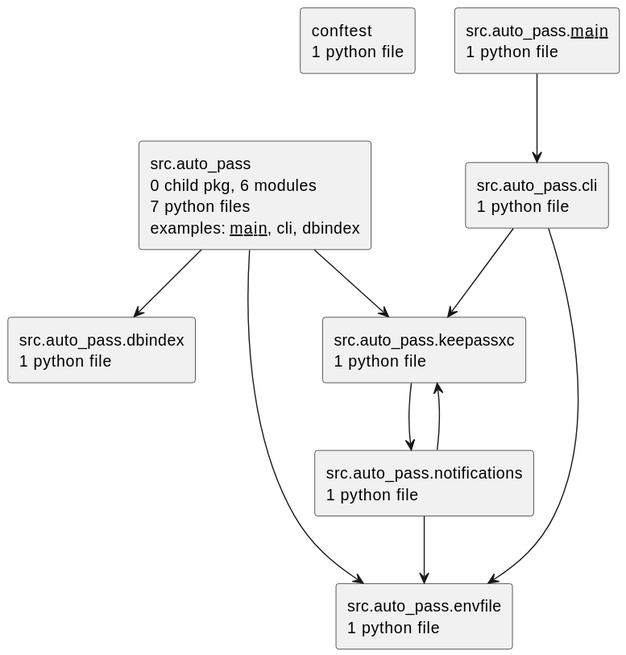
The PlantUML diagram docs/diagrams/python-packages.puml.svg in casonk/auto-pass, before a commit.
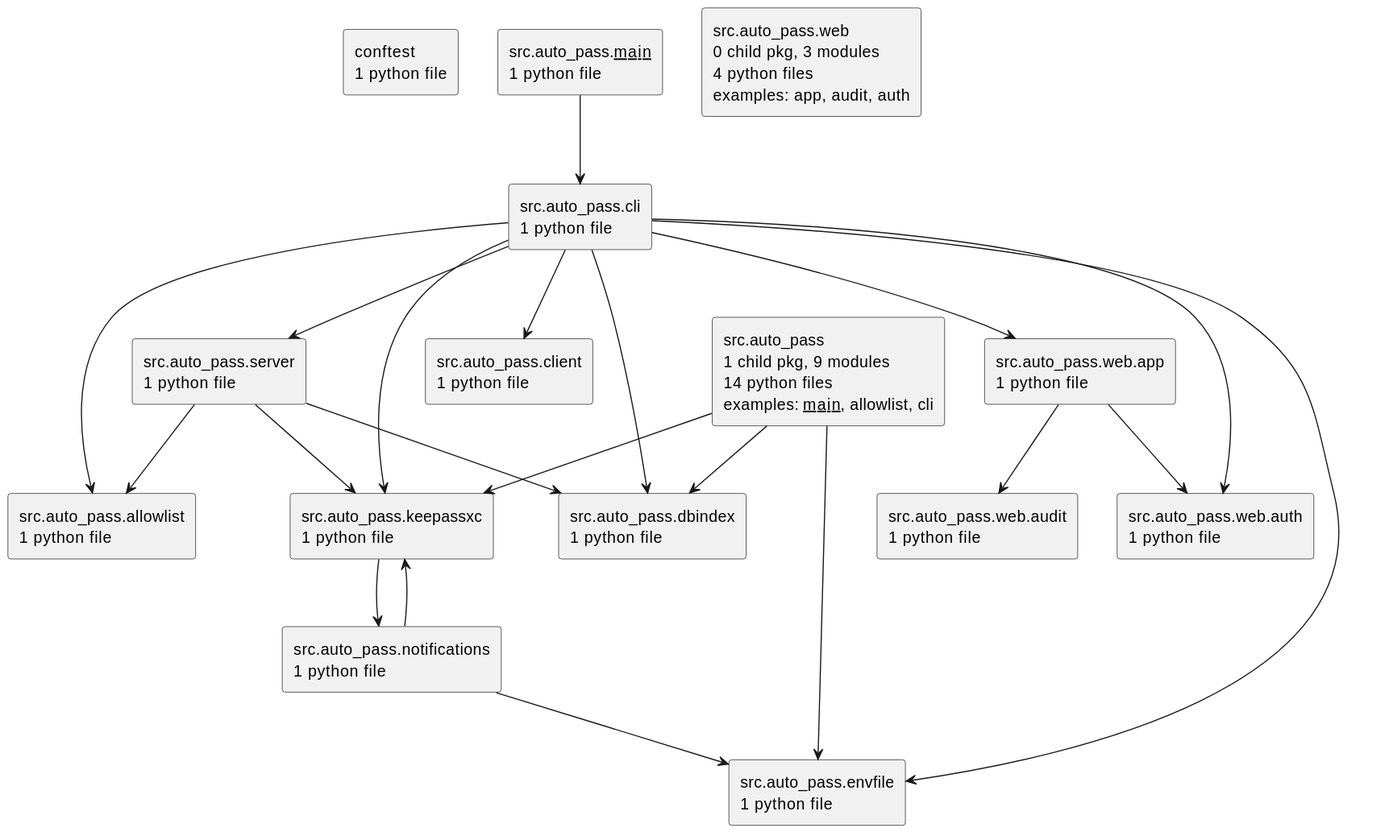
Later version of the same file.

The edit, as a diff of the source:
```diff
@@ -3,20 +3,38 @@
 top to bottom direction
 skinparam componentStyle rectangle
 rectangle "conftest\n1 python file" as conftest
-rectangle "src.auto_pass\n0 child pkg, 6 modules\n7 python files\nexamples: __main__, cli, dbindex" as src.auto_pass
+rectangle "src.auto_pass\n1 child pkg, 9 modules\n14 python files\nexamples: __main__, allowlist, cli" as src.auto_pass
 rectangle "src.auto_pass.__main__\n1 python file" as src.auto_pass.__main__
+rectangle "src.auto_pass.allowlist\n1 python file" as src.auto_pass.allowlist
 rectangle "src.auto_pass.cli\n1 python file" as src.auto_pass.cli
+rectangle "src.auto_pass.client\n1 python file" as src.auto_pass.client
 rectangle "src.auto_pass.dbindex\n1 python file" as src.auto_pass.dbindex
 rectangle "src.auto_pass.envfile\n1 python file" as src.auto_pass.envfile
 rectangle "src.auto_pass.keepassxc\n1 python file" as src.auto_pass.keepassxc
 rectangle "src.auto_pass.notifications\n1 python file" as src.auto_pass.notifications
+rectangle "src.auto_pass.server\n1 python file" as src.auto_pass.server
+rectangle "src.auto_pass.web\n0 child pkg, 3 modules\n4 python files\nexamples: app, audit, auth" as src.auto_pass.web
+rectangle "src.auto_pass.web.app\n1 python file" as src.auto_pass.web.app
+rectangle "src.auto_pass.web.audit\n1 python file" as src.auto_pass.web.audit
+rectangle "src.auto_pass.web.auth\n1 python file" as src.auto_pass.web.auth
 src.auto_pass --> src.auto_pass.dbindex
 src.auto_pass --> src.auto_pass.envfile
 src.auto_pass --> src.auto_pass.keepassxc
 src.auto_pass.__main__ --> src.auto_pass.cli
+src.auto_pass.cli --> src.auto_pass.allowlist
+src.auto_pass.cli --> src.auto_pass.client
+src.auto_pass.cli --> src.auto_pass.dbindex
 src.auto_pass.cli --> src.auto_pass.envfile
 src.auto_pass.cli --> src.auto_pass.keepassxc
+src.auto_pass.cli --> src.auto_pass.server
+src.auto_pass.cli --> src.auto_pass.web.app
+src.auto_pass.cli --> src.auto_pass.web.auth
 src.auto_pass.keepassxc --> src.auto_pass.notifications
 src.auto_pass.notifications --> src.auto_pass.envfile
 src.auto_pass.notifications --> src.auto_pass.keepassxc
+src.auto_pass.server --> src.auto_pass.allowlist
+src.auto_pass.server --> src.auto_pass.dbindex
+src.auto_pass.server --> src.auto_pass.keepassxc
+src.auto_pass.web.app --> src.auto_pass.web.audit
+src.auto_pass.web.app --> src.auto_pass.web.auth
 @enduml
```
